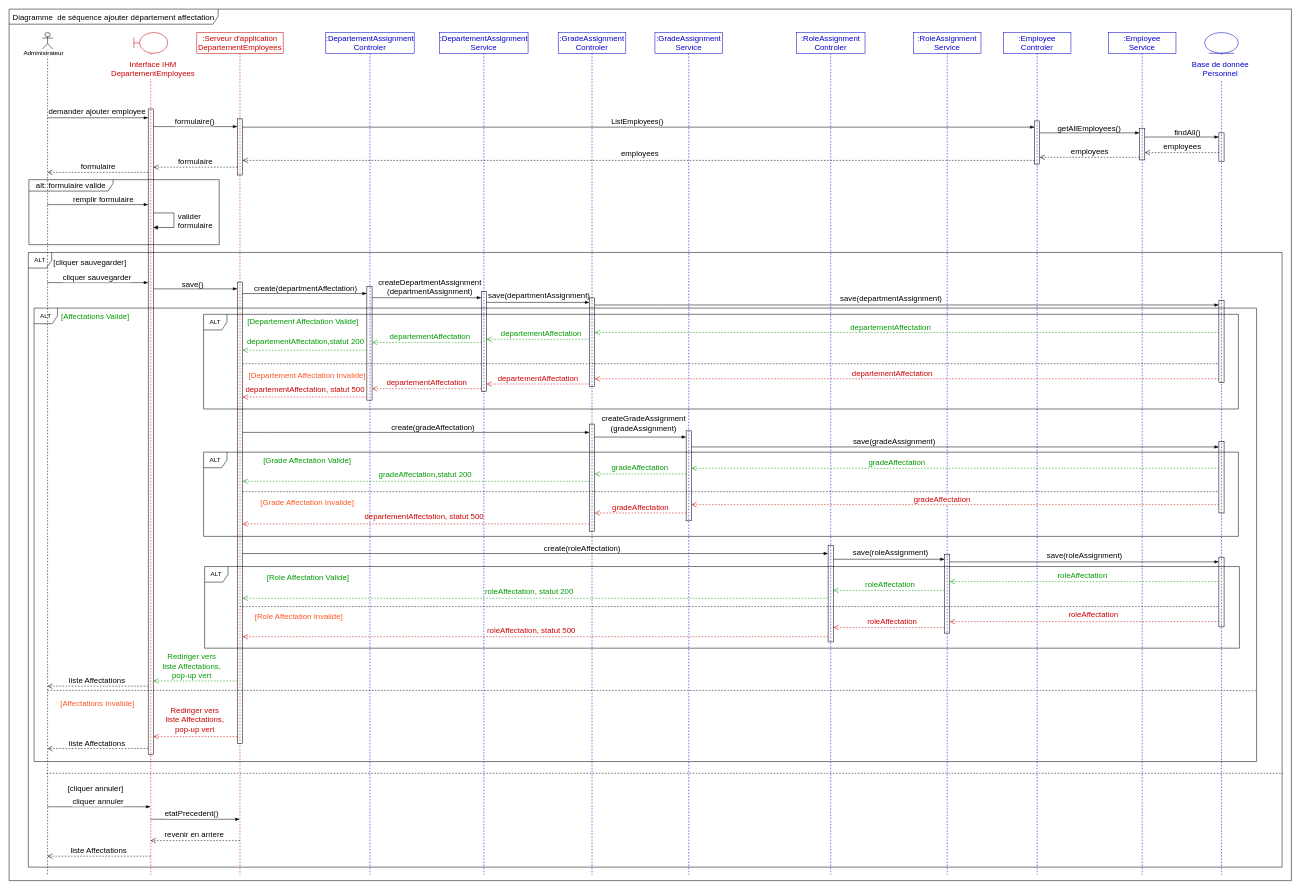
Earlier version of the draw.io diagram Department/AddDepartmentResourceDiagrammeSequence.drawio (ZidiMedAmine/UML). Source tidied: cells renumbered, new cells numbered last; positions are measured from the earlier drawing's top-left corner, leaving out a move shared by most shapes. Both pictures are drawn from the tidied source at 52%, with x=0, y=0 at pixel (9, 9).
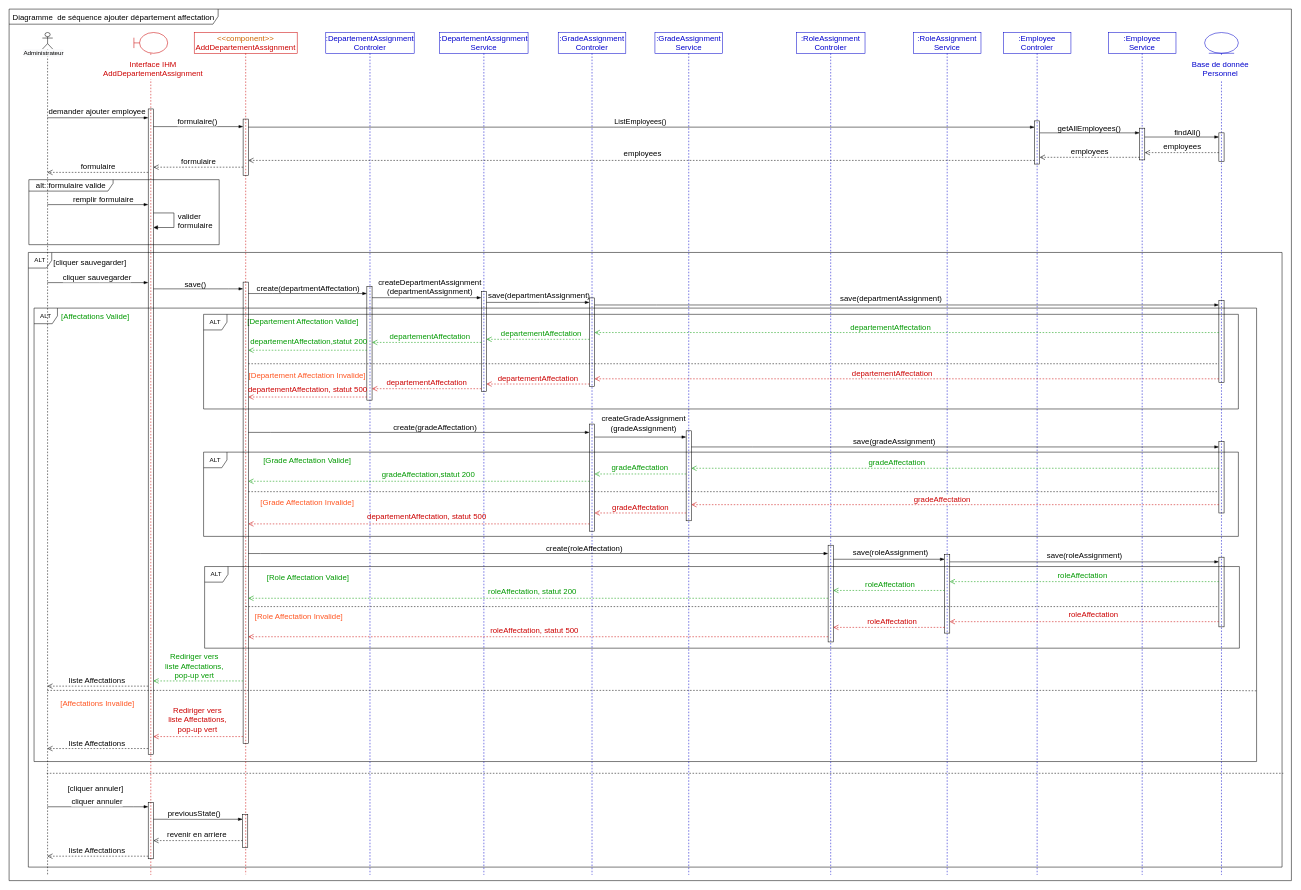
The same diagram, later.

Commit message:
Mettre à jour AddDepartmentResourceDiagrammeSequence.drawio

Unchanged cells that the change refers to:
```xml
<mxCell id="13" style="shape=umlLifeline;participant=umlActor;perimeter=lifelinePerimeter;whiteSpace=wrap;html=1;verticalAlign=top;spacingTop=36;outlineConnect=0;fillColor=none;size=32;sketch=0;shadow=0;rounded=0;glass=0;" parent="1" vertex="1">
  <mxGeometry x="64" y="45" width="20" height="1620" as="geometry" />
</mxCell>
<mxCell id="17" style="shape=umlLifeline;participant=umlBoundary;perimeter=lifelinePerimeter;whiteSpace=wrap;html=1;verticalAlign=top;spacingTop=36;outlineConnect=0;rounded=0;shadow=0;glass=0;sketch=0;fontSize=15;fillColor=none;fontColor=#CC0000;strokeColor=#CC0000;" parent="1" vertex="1">
  <mxGeometry x="240" y="45" width="65" height="1620" as="geometry" />
</mxCell>
```

Diff of the diagram source:
```diff
@@
-    <mxCell id="18" value="&lt;span style=&quot;font-family: Helvetica; font-size: 15px; font-style: normal; font-variant-ligatures: normal; font-variant-caps: normal; font-weight: 400; letter-spacing: normal; orphans: 2; text-indent: 0px; text-transform: none; widows: 2; word-spacing: 0px; -webkit-text-stroke-width: 0px; text-decoration-thickness: initial; text-decoration-style: initial; text-decoration-color: initial; float: none; display: inline !important;&quot;&gt;Interface IHM&lt;/span&gt;&lt;br style=&quot;font-family: Helvetica; font-size: 15px; font-style: normal; font-variant-ligatures: normal; font-variant-caps: normal; font-weight: 400; letter-spacing: normal; orphans: 2; text-indent: 0px; text-transform: none; widows: 2; word-spacing: 0px; -webkit-text-stroke-width: 0px; text-decoration-thickness: initial; text-decoration-style: initial; text-decoration-color: initial;&quot;&gt;DepartementEmployees" style="text;whiteSpace=wrap;html=1;fontSize=15;align=center;fillColor=default;fontColor=#CC0000;" parent="17" vertex="1">
+    <mxCell id="18" value="&lt;span style=&quot;font-family: Helvetica; font-size: 15px; font-style: normal; font-variant-ligatures: normal; font-variant-caps: normal; font-weight: 400; letter-spacing: normal; orphans: 2; text-indent: 0px; text-transform: none; widows: 2; word-spacing: 0px; -webkit-text-stroke-width: 0px; text-decoration-thickness: initial; text-decoration-style: initial; text-decoration-color: initial; float: none; display: inline !important;&quot;&gt;Interface IHM&lt;/span&gt;&lt;br style=&quot;font-family: Helvetica; font-size: 15px; font-style: normal; font-variant-ligatures: normal; font-variant-caps: normal; font-weight: 400; letter-spacing: normal; orphans: 2; text-indent: 0px; text-transform: none; widows: 2; word-spacing: 0px; -webkit-text-stroke-width: 0px; text-decoration-thickness: initial; text-decoration-style: initial; text-decoration-color: initial;&quot;&gt;AddDepartementAssignment" style="text;whiteSpace=wrap;html=1;fontSize=15;align=center;fillColor=default;fontColor=#CC0000;" parent="17" vertex="1">
       <mxGeometry x="-24" y="45" width="122" height="45" as="geometry" />
     </mxCell>
@@
+    <mxCell id="151" style="html=1;points=[];perimeter=orthogonalPerimeter;rounded=0;shadow=0;glass=0;sketch=0;fontSize=15;fillColor=none;" parent="17" vertex="1">
+      <mxGeometry x="27.5" y="1481" width="10" height="108" as="geometry" />
+    </mxCell>
@@
-    <mxCell id="34" value=":Serveur d'application&lt;br&gt;DepartementEmployees" style="shape=umlLifeline;perimeter=lifelinePerimeter;whiteSpace=wrap;html=1;outlineConnect=0;rounded=0;shadow=0;glass=0;sketch=0;fillColor=none;fontSize=15;fontColor=#CC0000;strokeColor=#CC0000;" parent="1" vertex="1">
-      <mxGeometry x="361" y="45" width="166" height="1620" as="geometry" />
+    <mxCell id="34" value="&lt;span style=&quot;color: rgb(204, 102, 0);&quot;&gt;&amp;lt;&amp;lt;component&amp;gt;&amp;gt;&lt;/span&gt;&lt;br style=&quot;color: rgb(204, 102, 0);&quot;&gt;AddDepartementAssignment" style="shape=umlLifeline;perimeter=lifelinePerimeter;whiteSpace=wrap;html=1;outlineConnect=0;rounded=0;shadow=0;glass=0;sketch=0;fillColor=none;fontSize=15;fontColor=#CC0000;strokeColor=#CC0000;" parent="1" vertex="1">
+      <mxGeometry x="356" y="45" width="198" height="1619" as="geometry" />
     </mxCell>
     <mxCell id="35" style="html=1;points=[];perimeter=orthogonalPerimeter;fontSize=15;fillColor=none;rounded=0;shadow=0;glass=0;sketch=0;" parent="34" vertex="1">
-      <mxGeometry x="78" y="166" width="10" height="108" as="geometry" />
+      <mxGeometry x="94" y="166.5" width="10" height="108" as="geometry" />
     </mxCell>
+    <mxCell id="152" style="html=1;points=[];perimeter=orthogonalPerimeter;rounded=0;shadow=0;glass=0;sketch=0;fontSize=15;fillColor=none;" parent="34" vertex="1">
+      <mxGeometry x="93" y="1504" width="10" height="63" as="geometry" />
+    </mxCell>
@@
     <mxCell id="76" style="html=1;points=[];perimeter=orthogonalPerimeter;rounded=0;shadow=0;glass=0;sketch=0;fontSize=15;fillColor=none;" parent="1" vertex="1">
-      <mxGeometry x="439" y="525" width="10" height="887" as="geometry" />
+      <mxGeometry x="450" y="525" width="10" height="887" as="geometry" />
     </mxCell>
@@
-    <mxCell id="144" style="edgeStyle=elbowEdgeStyle;fontSize=12;html=1;endArrow=blockThin;endFill=1;rounded=0;fontColor=#000000;" parent="1" edge="1" source="13" target="17">
+    <mxCell id="144" style="edgeStyle=elbowEdgeStyle;fontSize=12;html=1;endArrow=blockThin;endFill=1;rounded=0;fontColor=#000000;" parent="1" edge="1" source="13" target="151">
       <mxGeometry relative="1" as="geometry">
         <Array as="points">
           <mxPoint x="239" y="1534" />
           <mxPoint x="190.2" y="1521" />
         </Array>
       </mxGeometry>
     </mxCell>
@@
-    <mxCell id="146" style="edgeStyle=elbowEdgeStyle;fontSize=12;html=1;endArrow=blockThin;endFill=1;rounded=0;fontColor=#000000;" parent="1" edge="1" source="17" target="34">
+    <mxCell id="146" style="edgeStyle=elbowEdgeStyle;fontSize=12;html=1;endArrow=blockThin;endFill=1;rounded=0;fontColor=#000000;" parent="1" edge="1" source="151" target="152">
       <mxGeometry relative="1" as="geometry">
         <Array as="points">
           <mxPoint x="348" y="1558" />
         </Array>
       </mxGeometry>
     </mxCell>
-    <mxCell id="147" value="etatPrecedent()" style="edgeLabel;html=1;align=center;verticalAlign=middle;fontSize=15;fontColor=#000000;" parent="146" vertex="1">
+    <mxCell id="147" value="previousState()" style="edgeLabel;html=1;align=center;verticalAlign=middle;fontSize=15;fontColor=#000000;" parent="146" vertex="1">
       <mxGeometry x="-0.29" y="-1" relative="1" as="geometry">
         <mxPoint x="17" y="-13" as="offset" />
       </mxGeometry>
     </mxCell>
-    <mxCell id="148" value="revenir en arriere&amp;nbsp;" style="html=1;verticalAlign=bottom;endArrow=open;dashed=1;endSize=8;rounded=0;fontSize=15;fontColor=#000000;" parent="1" edge="1" source="34" target="17">
+    <mxCell id="148" value="revenir en arriere&amp;nbsp;" style="html=1;verticalAlign=bottom;endArrow=open;dashed=1;endSize=8;rounded=0;fontSize=15;fontColor=#000000;" parent="1" edge="1" source="152" target="151">
       <mxGeometry relative="1" as="geometry">
         <Array as="points">
           <mxPoint x="387.3" y="1599" />
         </Array>
       </mxGeometry>
     </mxCell>
-    <mxCell id="149" style="html=1;verticalAlign=bottom;endArrow=open;dashed=1;endSize=8;rounded=0;fontSize=15;strokeColor=#000000;fontColor=#000000;" parent="1" edge="1" source="17" target="13">
+    <mxCell id="149" style="html=1;verticalAlign=bottom;endArrow=open;dashed=1;endSize=8;rounded=0;fontSize=15;strokeColor=#000000;fontColor=#000000;" parent="1" edge="1" source="151" target="13">
       <mxGeometry relative="1" as="geometry">
         <Array as="points">
           <mxPoint x="221" y="1629" />
         </Array>
       </mxGeometry>
     </mxCell>
```
